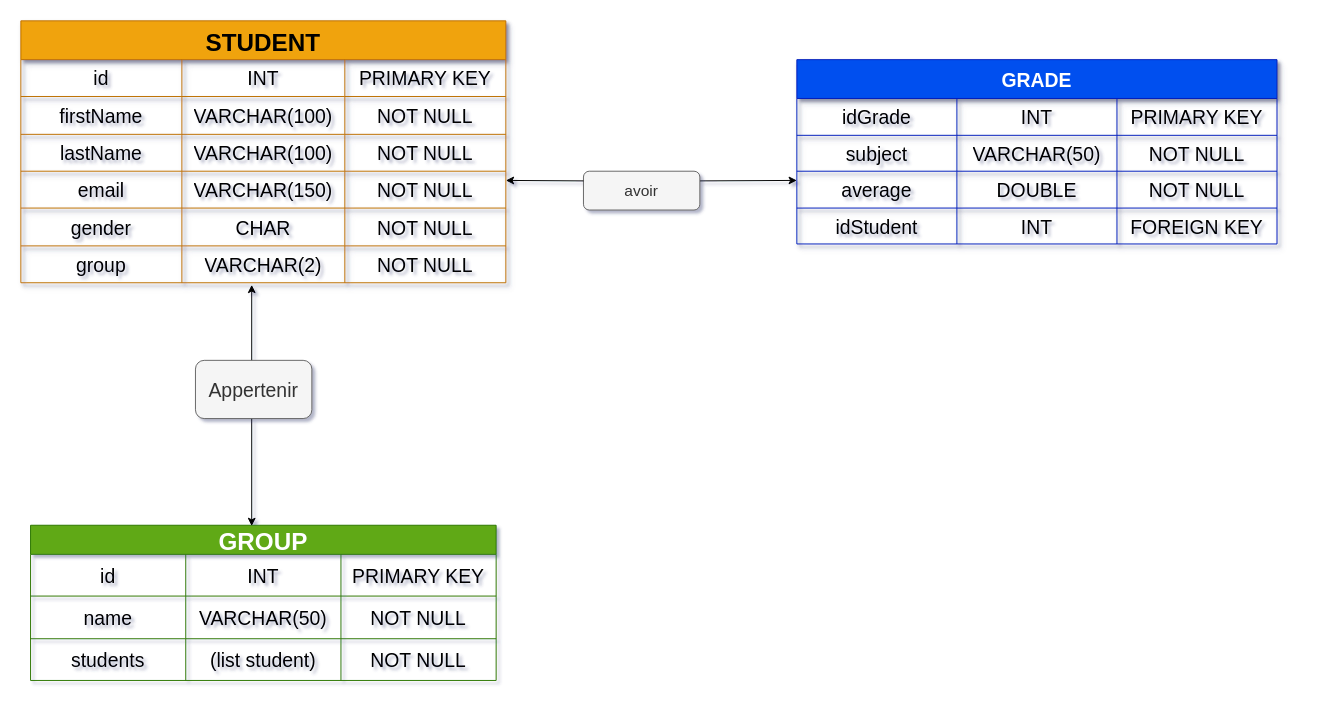
Above: image/Base.drawio in Daris02/SpringProject (draw.io), before the change. Source tidied: cells renumbered, new cells numbered last; positions are measured from the earlier drawing's top-left corner, leaving out a move shared by most shapes. Both pictures are drawn from the tidied source at 97%, with x=0, y=0 at pixel (20, 20).
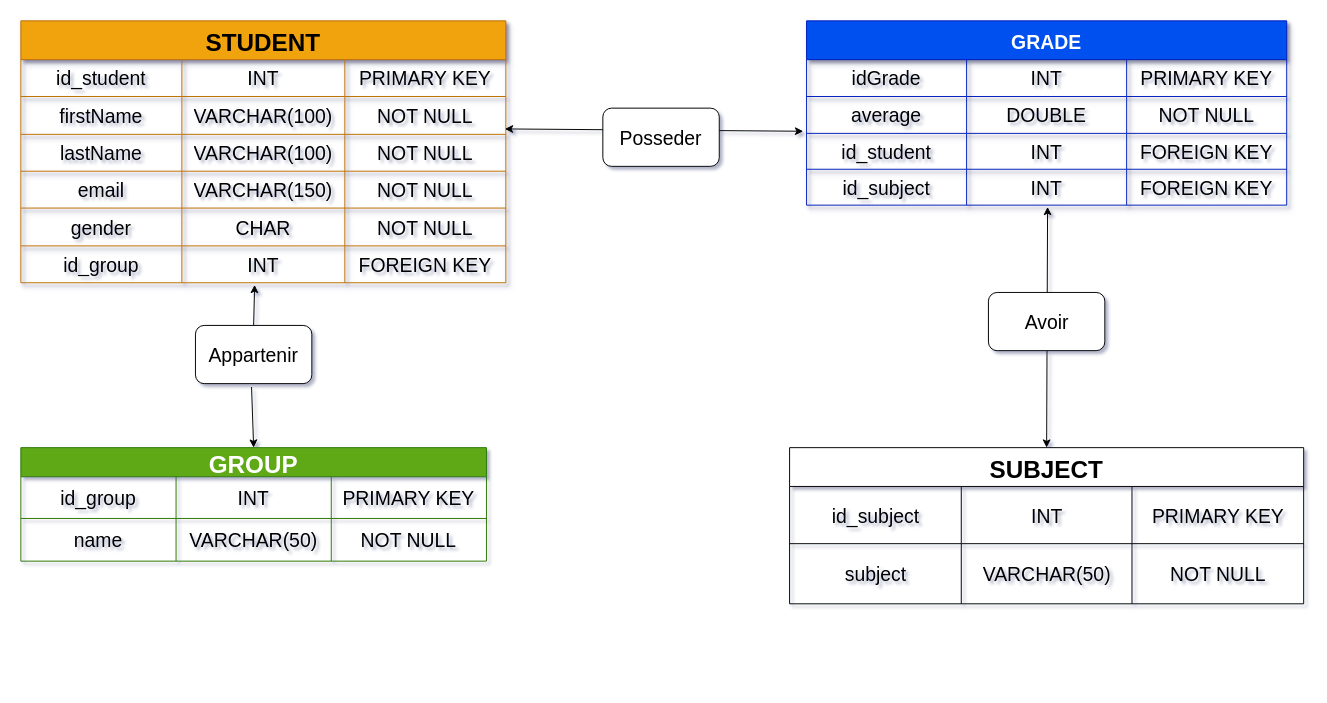
After the change.

Unchanged cells that the change refers to:
```xml
<mxCell id="3" style="shape=partialRectangle;html=1;whiteSpace=wrap;fillColor=none;top=0;left=0;bottom=0;right=0;shadow=1;fontSize=20;rounded=0;" parent="2" vertex="1">
  <mxGeometry y="40" width="500" height="38" as="geometry" />
</mxCell>
<mxCell id="7" style="shape=partialRectangle;html=1;whiteSpace=wrap;fillColor=none;top=0;left=0;bottom=0;right=0;points=[[0,0.5],[1,0.5]];portConstraint=eastwest;shadow=1;fontSize=20;rounded=0;" parent="2" vertex="1">
  <mxGeometry y="78" width="500" height="39" as="geometry" />
</mxCell>
<mxCell id="15" style="shape=partialRectangle;html=1;whiteSpace=wrap;fillColor=none;top=0;left=0;bottom=0;right=0;points=[[0,0.5],[1,0.5]];portConstraint=eastwest;shadow=1;fontSize=20;rounded=0;" parent="2" vertex="1">
  <mxGeometry y="155" width="500" height="38" as="geometry" />
</mxCell>
<mxCell id="23" style="shape=partialRectangle;html=1;whiteSpace=wrap;fillColor=none;top=0;left=0;bottom=0;right=0;points=[[0,0.5],[1,0.5]];portConstraint=eastwest;shadow=1;fontSize=20;rounded=0;" parent="2" vertex="1">
  <mxGeometry y="232" width="500" height="38" as="geometry" />
</mxCell>
<mxCell id="48" style="shape=partialRectangle;html=1;whiteSpace=wrap;fillColor=none;top=0;left=0;bottom=0;right=0;fontSize=15;" parent="47" vertex="1">
  <mxGeometry y="30" width="480" height="43" as="geometry" />
</mxCell>
```

Diff of the diagram source:
```diff
@@
-    <mxCell id="4" value="id" style="shape=partialRectangle;html=1;whiteSpace=wrap;fillColor=none;top=0;left=0;bottom=0;right=0;overflow=hidden;shadow=1;fontSize=20;rounded=0;" parent="3" vertex="1">
+    <mxCell id="4" value="id_student" style="shape=partialRectangle;html=1;whiteSpace=wrap;fillColor=none;top=0;left=0;bottom=0;right=0;overflow=hidden;shadow=1;fontSize=20;rounded=0;" parent="3" vertex="1">
       <mxGeometry width="166" height="38" as="geometry" />
     </mxCell>
@@
-    <mxCell id="24" value="group" style="shape=partialRectangle;html=1;whiteSpace=wrap;fillColor=none;top=0;left=0;bottom=0;right=0;overflow=hidden;shadow=1;fontSize=20;rounded=0;" parent="23" vertex="1">
+    <mxCell id="24" value="id_group" style="shape=partialRectangle;html=1;whiteSpace=wrap;fillColor=none;top=0;left=0;bottom=0;right=0;overflow=hidden;shadow=1;fontSize=20;rounded=0;" parent="23" vertex="1">
       <mxGeometry width="166" height="38" as="geometry" />
     </mxCell>
-    <mxCell id="25" value="VARCHAR(2)" style="shape=partialRectangle;html=1;whiteSpace=wrap;fillColor=none;top=0;left=0;bottom=0;right=0;overflow=hidden;shadow=1;fontSize=20;rounded=0;" parent="23" vertex="1">
+    <mxCell id="25" value="INT" style="shape=partialRectangle;html=1;whiteSpace=wrap;fillColor=none;top=0;left=0;bottom=0;right=0;overflow=hidden;shadow=1;fontSize=20;rounded=0;" parent="23" vertex="1">
       <mxGeometry x="166" width="168" height="38" as="geometry" />
     </mxCell>
-    <mxCell id="26" value="NOT NULL" style="shape=partialRectangle;html=1;whiteSpace=wrap;fillColor=none;top=0;left=0;bottom=0;right=0;overflow=hidden;shadow=1;fontSize=20;rounded=0;" parent="23" vertex="1">
+    <mxCell id="26" value="FOREIGN KEY" style="shape=partialRectangle;html=1;whiteSpace=wrap;fillColor=none;top=0;left=0;bottom=0;right=0;overflow=hidden;shadow=1;fontSize=20;rounded=0;" parent="23" vertex="1">
       <mxGeometry x="334" width="166" height="38" as="geometry" />
     </mxCell>
     <mxCell id="27" value="GRADE" style="shape=table;startSize=40;childLayout=tableLayout;fontStyle=1;align=center;shadow=1;fontSize=20;fillColor=#0050ef;fontColor=#ffffff;strokeColor=#001DBC;rounded=0;" parent="1" vertex="1">
-      <mxGeometry x="800" y="40" width="495" height="190" as="geometry" />
+      <mxGeometry x="810" width="495" height="190" as="geometry" />
     </mxCell>
@@
-    <mxCell id="32" style="shape=partialRectangle;html=1;whiteSpace=wrap;fillColor=none;top=0;left=0;bottom=0;right=0;shadow=1;fontSize=20;rounded=0;" parent="27" vertex="1">
-      <mxGeometry y="78" width="495" height="37" as="geometry" />
-    </mxCell>
-    <mxCell id="33" value="subject" style="shape=partialRectangle;html=1;whiteSpace=wrap;fillColor=none;top=0;left=0;bottom=0;right=0;overflow=hidden;shadow=1;fontSize=20;rounded=0;" parent="32" vertex="1">
-      <mxGeometry width="165" height="37" as="geometry" />
-    </mxCell>
-    <mxCell id="34" value="VARCHAR(50)" style="shape=partialRectangle;html=1;whiteSpace=wrap;fillColor=none;top=0;left=0;bottom=0;right=0;overflow=hidden;shadow=1;fontSize=20;rounded=0;" parent="32" vertex="1">
-      <mxGeometry x="165" width="165" height="37" as="geometry" />
-    </mxCell>
-    <mxCell id="35" value="NOT NULL" style="shape=partialRectangle;html=1;whiteSpace=wrap;fillColor=none;top=0;left=0;bottom=0;right=0;overflow=hidden;shadow=1;fontSize=20;rounded=0;" parent="32" vertex="1">
-      <mxGeometry x="330" width="165" height="37" as="geometry" />
-    </mxCell>
     <mxCell id="36" style="shape=partialRectangle;html=1;whiteSpace=wrap;fillColor=none;top=0;left=0;bottom=0;right=0;points=[[0,0.5],[1,0.5]];portConstraint=eastwest;shadow=1;fontSize=20;rounded=0;" parent="27" vertex="1">
-      <mxGeometry y="115" width="495" height="38" as="geometry" />
+      <mxGeometry y="78" width="495" height="38" as="geometry" />
     </mxCell>
@@
     <mxCell id="40" style="shape=partialRectangle;html=1;whiteSpace=wrap;fillColor=none;top=0;left=0;bottom=0;right=0;points=[[0,0.5],[1,0.5]];portConstraint=eastwest;shadow=1;fontSize=20;rounded=0;" parent="27" vertex="1">
-      <mxGeometry y="153" width="495" height="37" as="geometry" />
+      <mxGeometry y="116" width="495" height="37" as="geometry" />
     </mxCell>
-    <mxCell id="41" value="idStudent" style="shape=partialRectangle;html=1;whiteSpace=wrap;fillColor=none;top=0;left=0;bottom=0;right=0;overflow=hidden;shadow=1;fontSize=20;rounded=0;" parent="40" vertex="1">
+    <mxCell id="41" value="id_student" style="shape=partialRectangle;html=1;whiteSpace=wrap;fillColor=none;top=0;left=0;bottom=0;right=0;overflow=hidden;shadow=1;fontSize=20;rounded=0;" parent="40" vertex="1">
       <mxGeometry width="165" height="37" as="geometry" />
     </mxCell>
@@
-    <mxCell id="44" style="endArrow=classic;startArrow=none;html=1;exitX=1;exitY=0.25;exitDx=0;exitDy=0;exitPerimeter=0;entryX=0;entryY=0.25;entryDx=0;entryDy=0;entryPerimeter=0;" parent="1" edge="1" source="45" target="36">
-      <mxGeometry relative="1" as="geometry" />
-    </mxCell>
-    <mxCell id="45" value="avoir" style="rounded=1;whiteSpace=wrap;html=1;fontSize=16;fillColor=#f5f5f5;fontColor=#333333;strokeColor=#666666;" parent="1" vertex="1">
-      <mxGeometry x="580" y="155" width="120" height="40" as="geometry" />
-    </mxCell>
-    <mxCell id="46" style="endArrow=none;startArrow=classic;html=1;exitX=1;exitY=0.25;exitDx=0;exitDy=0;exitPerimeter=0;entryX=0;entryY=0.25;entryDx=0;entryDy=0;entryPerimeter=0;" parent="1" edge="1" source="15" target="45">
-      <mxGeometry relative="1" as="geometry" />
-    </mxCell>
+    <mxCell id="62" style="shape=partialRectangle;html=1;whiteSpace=wrap;fillColor=none;top=0;left=0;bottom=0;right=0;points=[[0,0.5],[1,0.5]];portConstraint=eastwest;shadow=1;fontSize=20;rounded=0;" parent="27" vertex="1">
+      <mxGeometry y="153" width="495" height="37" as="geometry" />
+    </mxCell>
+    <mxCell id="63" value="id_subject" style="shape=partialRectangle;html=1;whiteSpace=wrap;fillColor=none;top=0;left=0;bottom=0;right=0;overflow=hidden;shadow=1;fontSize=20;rounded=0;" parent="62" vertex="1">
+      <mxGeometry width="165" height="37" as="geometry" />
+    </mxCell>
+    <mxCell id="64" value="INT" style="shape=partialRectangle;html=1;whiteSpace=wrap;fillColor=none;top=0;left=0;bottom=0;right=0;overflow=hidden;shadow=1;fontSize=20;rounded=0;" parent="62" vertex="1">
+      <mxGeometry x="165" width="165" height="37" as="geometry" />
+    </mxCell>
+    <mxCell id="65" value="FOREIGN KEY" style="shape=partialRectangle;html=1;whiteSpace=wrap;fillColor=none;top=0;left=0;bottom=0;right=0;overflow=hidden;shadow=1;fontSize=20;rounded=0;" parent="62" vertex="1">
+      <mxGeometry x="330" width="165" height="37" as="geometry" />
+    </mxCell>
     <mxCell id="47" value="GROUP" style="shape=table;startSize=30;childLayout=tableLayout;fontStyle=1;align=center;fontSize=25;fillColor=#60a917;fontColor=#ffffff;strokeColor=#2D7600;" parent="1" vertex="1">
-      <mxGeometry x="10" y="520" width="480" height="160" as="geometry" />
+      <mxGeometry y="440" width="480" height="117" as="geometry" />
     </mxCell>
@@
-    <mxCell id="49" value="&lt;font style=&quot;font-size: 20px;&quot;&gt;id&lt;/font&gt;" style="shape=partialRectangle;html=1;whiteSpace=wrap;fillColor=none;top=0;left=0;bottom=0;right=0;overflow=hidden;fontSize=20;" parent="48" vertex="1">
+    <mxCell id="49" value="&lt;font style=&quot;font-size: 20px&quot;&gt;id_group&lt;/font&gt;" style="shape=partialRectangle;html=1;whiteSpace=wrap;fillColor=none;top=0;left=0;bottom=0;right=0;overflow=hidden;fontSize=20;" parent="48" vertex="1">
       <mxGeometry width="160" height="43" as="geometry" />
     </mxCell>
@@
-    <mxCell id="56" style="shape=partialRectangle;html=1;whiteSpace=wrap;fillColor=none;top=0;left=0;bottom=0;right=0;" parent="47" vertex="1">
-      <mxGeometry y="117" width="480" height="43" as="geometry" />
-    </mxCell>
-    <mxCell id="57" value="students" style="shape=partialRectangle;html=1;whiteSpace=wrap;fillColor=none;top=0;left=0;bottom=0;right=0;overflow=hidden;fontSize=20;" parent="56" vertex="1">
-      <mxGeometry width="160" height="43" as="geometry" />
-    </mxCell>
-    <mxCell id="58" value="(list student)" style="shape=partialRectangle;html=1;whiteSpace=wrap;fillColor=none;top=0;left=0;bottom=0;right=0;overflow=hidden;fontSize=20;" parent="56" vertex="1">
-      <mxGeometry x="160" width="160" height="43" as="geometry" />
-    </mxCell>
+    <mxCell id="61" value="SUBJECT" style="shape=table;startSize=40;childLayout=tableLayout;fontStyle=1;align=center;fontSize=25;" parent="1" vertex="1">
+      <mxGeometry x="792.5" y="440" width="530" height="161" as="geometry" />
+    </mxCell>
+    <mxCell id="66" style="shape=partialRectangle;html=1;whiteSpace=wrap;fillColor=none;top=0;left=0;bottom=0;right=0;" parent="61" vertex="1">
+      <mxGeometry y="40" width="530" height="59" as="geometry" />
+    </mxCell>
+    <mxCell id="67" value="id_subject" style="shape=partialRectangle;html=1;whiteSpace=wrap;fillColor=none;top=0;left=0;bottom=0;right=0;overflow=hidden;fontSize=20;" parent="66" vertex="1">
+      <mxGeometry width="177" height="59" as="geometry" />
+    </mxCell>
+    <mxCell id="68" value="INT" style="shape=partialRectangle;html=1;whiteSpace=wrap;fillColor=none;top=0;left=0;bottom=0;right=0;overflow=hidden;fontSize=20;" parent="66" vertex="1">
+      <mxGeometry x="177" width="176" height="59" as="geometry" />
+    </mxCell>
+    <mxCell id="69" value="PRIMARY KEY" style="shape=partialRectangle;html=1;whiteSpace=wrap;fillColor=none;top=0;left=0;bottom=0;right=0;overflow=hidden;fontSize=20;" parent="66" vertex="1">
+      <mxGeometry x="353" width="177" height="59" as="geometry" />
+    </mxCell>
+    <mxCell id="70" style="shape=partialRectangle;html=1;whiteSpace=wrap;fillColor=none;top=0;left=0;bottom=0;right=0;" parent="61" vertex="1">
+      <mxGeometry y="99" width="530" height="62" as="geometry" />
+    </mxCell>
+    <mxCell id="33" value="subject" style="shape=partialRectangle;html=1;whiteSpace=wrap;fillColor=none;top=0;left=0;bottom=0;right=0;overflow=hidden;fontSize=20;" parent="70" vertex="1">
+      <mxGeometry width="177" height="62" as="geometry" />
+    </mxCell>
+    <mxCell id="34" value="VARCHAR(50)" style="shape=partialRectangle;html=1;whiteSpace=wrap;fillColor=none;top=0;left=0;bottom=0;right=0;overflow=hidden;fontSize=20;" parent="70" vertex="1">
+      <mxGeometry x="177" width="176" height="62" as="geometry" />
+    </mxCell>
-    <mxCell id="59" value="NOT NULL" style="shape=partialRectangle;html=1;whiteSpace=wrap;fillColor=none;top=0;left=0;bottom=0;right=0;overflow=hidden;fontSize=20;" parent="56" vertex="1">
-      <mxGeometry x="320" width="160" height="43" as="geometry" />
+    <mxCell id="59" value="NOT NULL" style="shape=partialRectangle;html=1;whiteSpace=wrap;fillColor=none;top=0;left=0;bottom=0;right=0;overflow=hidden;fontSize=20;" parent="70" vertex="1">
+      <mxGeometry x="353" width="177" height="62" as="geometry" />
     </mxCell>
-    <mxCell id="60" style="endArrow=classic;startArrow=classic;html=1;fontSize=20;exitX=0.475;exitY=0.005;exitDx=0;exitDy=0;exitPerimeter=0;entryX=0.476;entryY=1.057;entryDx=0;entryDy=0;entryPerimeter=0;" parent="1" edge="1" source="47" target="23">
-      <mxGeometry relative="1" as="geometry" />
-    </mxCell>
-    <mxCell id="61" value="Appertenir" style="rounded=1;whiteSpace=wrap;html=1;fontSize=20;fillColor=#f5f5f5;fontColor=#333333;strokeColor=#666666;" parent="1" vertex="1">
-      <mxGeometry x="180" y="350" width="120" height="60" as="geometry" />
-    </mxCell>
+    <mxCell id="71" style="endArrow=classic;startArrow=none;html=1;fontSize=20;entryX=0.482;entryY=1.058;entryDx=0;entryDy=0;entryPerimeter=0;exitX=0.5;exitY=0;exitDx=0;exitDy=0;" parent="1" edge="1" source="74" target="23">
+      <mxGeometry relative="1" as="geometry" />
+    </mxCell>
+    <mxCell id="72" style="endArrow=classic;startArrow=classic;html=1;fontSize=20;entryX=0.502;entryY=1.049;entryDx=0;entryDy=0;entryPerimeter=0;exitX=0.5;exitY=0;exitDx=0;exitDy=0;" parent="1" edge="1" source="61" target="62">
+      <mxGeometry relative="1" as="geometry" />
+    </mxCell>
+    <mxCell id="73" value="Avoir" style="rounded=1;whiteSpace=wrap;html=1;fontSize=20;" parent="1" vertex="1">
+      <mxGeometry x="997.5" y="280" width="120" height="60" as="geometry" />
+    </mxCell>
+    <mxCell id="74" value="Appartenir" style="rounded=1;whiteSpace=wrap;html=1;fontSize=20;" parent="1" vertex="1">
+      <mxGeometry x="180" y="314" width="120" height="60" as="geometry" />
+    </mxCell>
+    <mxCell id="75" style="endArrow=none;startArrow=classic;html=1;fontSize=20;entryX=0.482;entryY=1.058;entryDx=0;entryDy=0;entryPerimeter=0;exitX=0.5;exitY=0;exitDx=0;exitDy=0;" parent="1" edge="1" source="47" target="74">
+      <mxGeometry relative="1" as="geometry" />
+    </mxCell>
+    <mxCell id="76" style="endArrow=classic;startArrow=classic;html=1;fontSize=20;entryX=-0.007;entryY=-0.059;entryDx=0;entryDy=0;entryPerimeter=0;exitX=0.998;exitY=0.857;exitDx=0;exitDy=0;exitPerimeter=0;" parent="1" edge="1" source="7" target="40">
+      <mxGeometry relative="1" as="geometry" />
+    </mxCell>
+    <mxCell id="77" value="Posseder" style="rounded=1;whiteSpace=wrap;html=1;fontSize=20;" parent="1" vertex="1">
+      <mxGeometry x="600" y="90" width="120" height="60" as="geometry" />
+    </mxCell>
```
